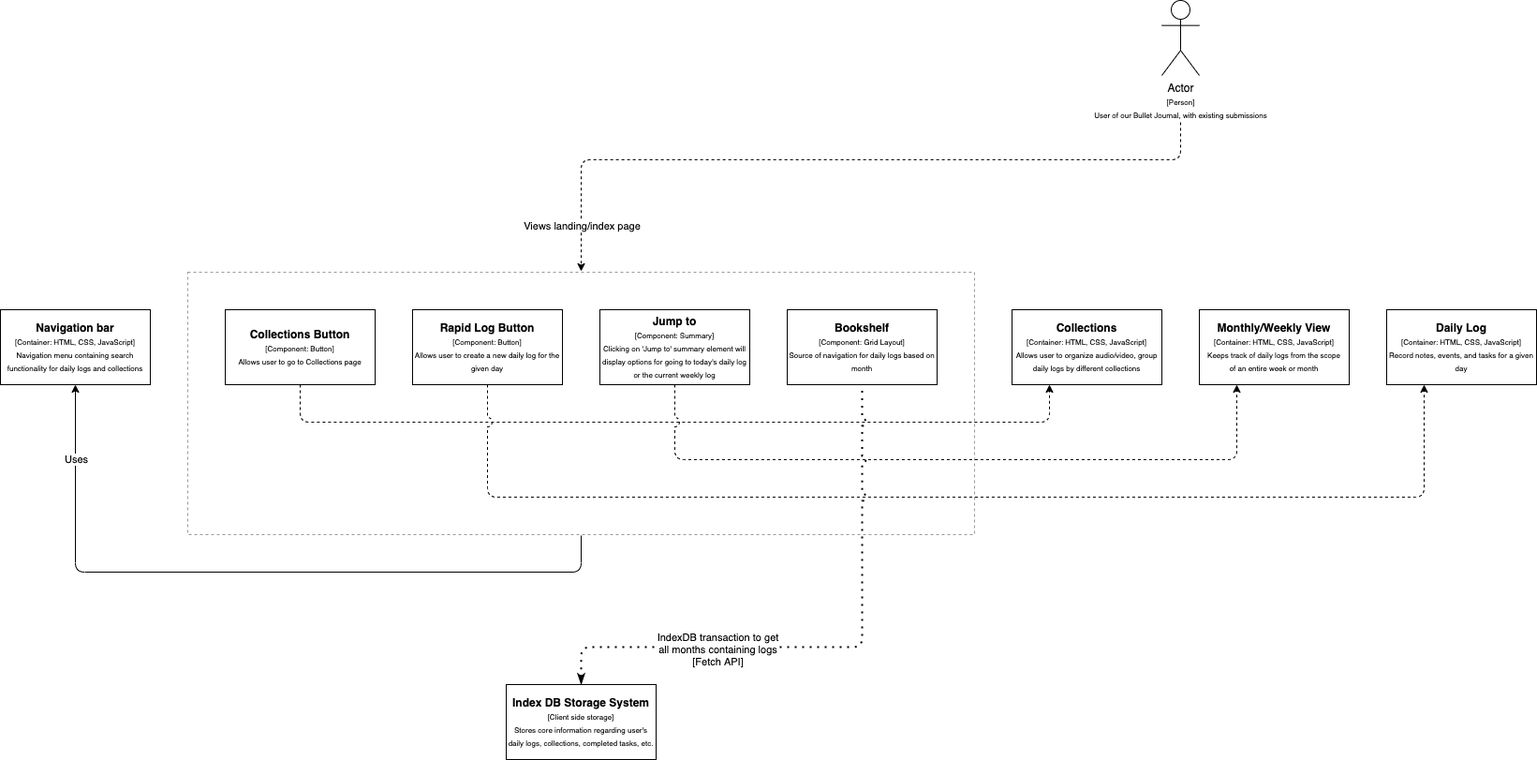
Above: specs/architecture/c4_component_diagram_index.drawio.png in will-chung/cse110-w21-group7 (draw.io), before the change. Source tidied: cells renumbered, new cells last; positions are measured from the earlier drawing's top-left corner, leaving out a move shared by most shapes. Source of this version:
```xml
<mxGraphModel>
  <root>
    <mxCell id="0" />
    <mxCell id="1" parent="0" />
    <mxCell id="2" value="Actor&lt;br&gt;&lt;font style=&quot;font-size: 8px&quot;&gt;[Person]&lt;br&gt;&lt;/font&gt;&lt;font style=&quot;font-size: 8px&quot;&gt;User of our Bullet Journal, with existing submissions&lt;/font&gt;" style="shape=umlActor;verticalLabelPosition=bottom;verticalAlign=top;html=1;" parent="1" vertex="1">
      <mxGeometry x="1240" width="40" height="80" as="geometry" />
    </mxCell>
    <mxCell id="3" style="endArrow=classic;html=1;entryX=0.5;entryY=0;entryDx=0;entryDy=0;dashed=1;" parent="1" edge="1" target="5">
      <mxGeometry relative="1" as="geometry">
        <mxPoint x="1260" y="130" as="sourcePoint" />
        <Array as="points">
          <mxPoint x="1260" y="170" />
          <mxPoint x="620" y="170" />
        </Array>
      </mxGeometry>
    </mxCell>
    <mxCell id="4" value="Views landing/index page" style="edgeLabel;html=1;align=center;verticalAlign=middle;" parent="3" vertex="1">
      <mxGeometry x="-0.1" relative="1" as="geometry">
        <mxPoint x="-320" y="70" as="offset" />
      </mxGeometry>
    </mxCell>
    <mxCell id="5" style="rounded=0;whiteSpace=wrap;html=1;dashed=1;opacity=40;strokeWidth=1;perimeterSpacing=1;shadow=0;glass=0;sketch=0;align=left;" parent="1" vertex="1">
      <mxGeometry x="200" y="290" width="840" height="280" as="geometry" />
    </mxCell>
    <mxCell id="6" value="&lt;b&gt;Bookshelf&lt;/b&gt;&lt;br&gt;&lt;font style=&quot;font-size: 8px&quot;&gt;[Component: Grid Layout]&lt;br&gt;Source of navigation for daily logs based on month&lt;br&gt;&lt;/font&gt;" style="rounded=0;whiteSpace=wrap;html=1;" parent="1" vertex="1">
      <mxGeometry x="840" y="330" width="160" height="80" as="geometry" />
    </mxCell>
    <mxCell id="7" value="&lt;b&gt;Monthly/Weekly View&lt;/b&gt;&lt;br&gt;&lt;font style=&quot;font-size: 8px&quot;&gt;[Container: HTML, CSS, JavaScript]&lt;br&gt;Keeps track of daily logs from the scope&lt;br&gt;of an entire week or month&lt;br&gt;&lt;/font&gt;" style="rounded=0;whiteSpace=wrap;html=1;" parent="1" vertex="1">
      <mxGeometry x="1280" y="330" width="160" height="80" as="geometry" />
    </mxCell>
    <mxCell id="8" value="&lt;b&gt;Daily Log&lt;/b&gt;&lt;br&gt;&lt;font style=&quot;font-size: 8px&quot;&gt;[Container: HTML, CSS, JavaScript]&lt;br&gt;Record notes, events, and tasks for a given day&lt;br&gt;&lt;/font&gt;" style="rounded=0;whiteSpace=wrap;html=1;" parent="1" vertex="1">
      <mxGeometry x="1480" y="330" width="160" height="80" as="geometry" />
    </mxCell>
    <mxCell id="9" value="&lt;b&gt;Collections&lt;/b&gt;&lt;br&gt;&lt;font style=&quot;font-size: 8px&quot;&gt;[Container: HTML, CSS, JavaScript]&lt;br&gt;Allows user to organize audio/video, group daily logs by different collections&lt;br&gt;&lt;/font&gt;" style="rounded=0;whiteSpace=wrap;html=1;" parent="1" vertex="1">
      <mxGeometry x="1080" y="330" width="160" height="80" as="geometry" />
    </mxCell>
    <mxCell id="10" value="&lt;b&gt;Navigation bar&lt;/b&gt;&lt;br&gt;&lt;font style=&quot;font-size: 8px&quot;&gt;[Container: HTML, CSS, JavaScript]&lt;br&gt;Navigation menu containing search functionality for daily logs and collections&lt;br&gt;&lt;/font&gt;" style="rounded=0;whiteSpace=wrap;html=1;" parent="1" vertex="1">
      <mxGeometry y="330" width="160" height="80" as="geometry" />
    </mxCell>
    <mxCell id="11" style="endArrow=classic;html=1;entryX=0.5;entryY=1;entryDx=0;entryDy=0;exitX=0.5;exitY=1;exitDx=0;exitDy=0;" parent="1" edge="1" source="5" target="10">
      <mxGeometry relative="1" as="geometry">
        <Array as="points">
          <mxPoint x="620" y="610" />
          <mxPoint x="80" y="610" />
        </Array>
      </mxGeometry>
    </mxCell>
    <mxCell id="12" value="Uses" style="edgeLabel;html=1;align=center;verticalAlign=middle;" parent="11" vertex="1">
      <mxGeometry x="0.8" y="-3" relative="1" as="geometry">
        <mxPoint x="-3" as="offset" />
      </mxGeometry>
    </mxCell>
    <mxCell id="13" style="endArrow=classic;html=1;entryX=0.25;entryY=1;entryDx=0;entryDy=0;exitX=0.5;exitY=1;exitDx=0;exitDy=0;dashed=1;" parent="1" edge="1" source="18" target="9">
      <mxGeometry relative="1" as="geometry">
        <Array as="points">
          <mxPoint x="320" y="450" />
          <mxPoint x="1120" y="450" />
        </Array>
      </mxGeometry>
    </mxCell>
    <mxCell id="14" style="endArrow=classic;html=1;entryX=0.25;entryY=1;entryDx=0;entryDy=0;jumpStyle=arc;jumpSize=10;exitX=0.5;exitY=1;exitDx=0;exitDy=0;dashed=1;" parent="1" edge="1" source="16">
      <mxGeometry relative="1" as="geometry">
        <mxPoint x="1320" y="410" as="targetPoint" />
        <Array as="points">
          <mxPoint x="720" y="490" />
          <mxPoint x="1320" y="490" />
          <mxPoint x="1320" y="450" />
        </Array>
      </mxGeometry>
    </mxCell>
    <mxCell id="15" style="endArrow=classic;html=1;entryX=0.25;entryY=1;entryDx=0;entryDy=0;jumpStyle=arc;jumpSize=10;exitX=0.5;exitY=1;exitDx=0;exitDy=0;dashed=1;" parent="1" edge="1" source="17">
      <mxGeometry relative="1" as="geometry">
        <mxPoint x="1520" y="410" as="targetPoint" />
        <Array as="points">
          <mxPoint x="520" y="530" />
          <mxPoint x="1520" y="530" />
        </Array>
      </mxGeometry>
    </mxCell>
    <mxCell id="16" value="&lt;b&gt;Jump to&lt;/b&gt;&lt;br&gt;&lt;font style=&quot;font-size: 8px&quot;&gt;[Component: Summary]&lt;br&gt;Clicking on 'Jump to' summary element will display options for going to today's daily log or the current weekly log&lt;br&gt;&lt;/font&gt;" style="rounded=0;whiteSpace=wrap;html=1;" parent="1" vertex="1">
      <mxGeometry x="640" y="330" width="160" height="80" as="geometry" />
    </mxCell>
    <mxCell id="17" value="&lt;b&gt;Rapid Log Button&lt;/b&gt;&lt;br&gt;&lt;font style=&quot;font-size: 8px&quot;&gt;[Component: Button]&lt;br&gt;Allows user to create a new daily log for the given day&lt;br&gt;&lt;/font&gt;" style="rounded=0;whiteSpace=wrap;html=1;" parent="1" vertex="1">
      <mxGeometry x="440" y="330" width="160" height="80" as="geometry" />
    </mxCell>
    <mxCell id="18" value="&lt;b&gt;Collections Button&lt;/b&gt;&lt;br&gt;&lt;font style=&quot;font-size: 8px&quot;&gt;[Component: Button]&lt;br&gt;Allows user to go to Collections page&lt;br&gt;&lt;/font&gt;" style="rounded=0;whiteSpace=wrap;html=1;" parent="1" vertex="1">
      <mxGeometry x="240" y="330" width="160" height="80" as="geometry" />
    </mxCell>
    <mxCell id="19" value="&lt;b&gt;Index DB Storage System&lt;/b&gt;&lt;br&gt;&lt;font style=&quot;font-size: 8px&quot;&gt;[Client side storage]&lt;br&gt;Stores core information regarding user's daily logs, collections, completed tasks, etc.&lt;br&gt;&lt;/font&gt;" style="rounded=0;whiteSpace=wrap;html=1;" parent="1" vertex="1">
      <mxGeometry x="540" y="730" width="160" height="80" as="geometry" />
    </mxCell>
    <mxCell id="20" style="endArrow=none;dashed=1;html=1;dashPattern=1 3;strokeWidth=2;entryX=0.5;entryY=1;entryDx=0;entryDy=0;exitX=0.5;exitY=0;exitDx=0;exitDy=0;startArrow=classicThin;startFill=1;jumpStyle=arc;" parent="1" edge="1" source="19" target="6">
      <mxGeometry relative="1" as="geometry">
        <Array as="points">
          <mxPoint x="620" y="690" />
          <mxPoint x="920" y="690" />
        </Array>
      </mxGeometry>
    </mxCell>
    <mxCell id="21" value="IndexDB transaction to get&lt;br&gt;all months containing logs&lt;br&gt;[Fetch API]" style="edgeLabel;html=1;align=center;verticalAlign=middle;" parent="20" vertex="1">
      <mxGeometry x="-0.4" y="-2" relative="1" as="geometry" />
    </mxCell>
  </root>
</mxGraphModel>
```
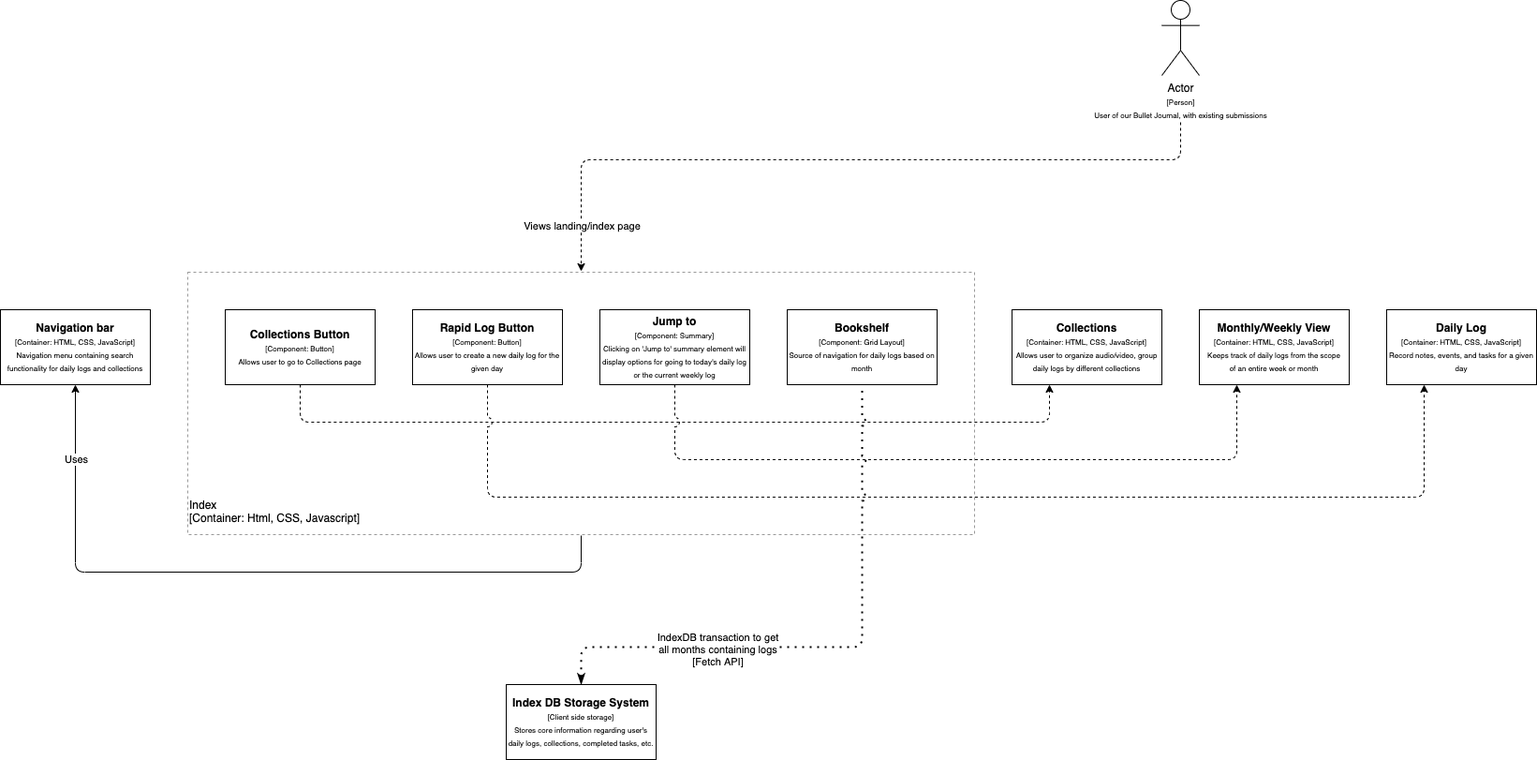
Later version of the same file.

Commit message:
Formatting for component and system diagrams

What changed in the source:
```diff
@@ -100,5 +100,8 @@
     <mxCell id="21" value="IndexDB transaction to get&lt;br&gt;all months containing logs&lt;br&gt;[Fetch API]" style="edgeLabel;html=1;align=center;verticalAlign=middle;" parent="20" vertex="1">
       <mxGeometry x="-0.4" y="-2" relative="1" as="geometry" />
     </mxCell>
+    <mxCell id="22" value="Index&lt;br&gt;[Container: Html, CSS, Javascript]" style="text;html=1;strokeColor=none;fillColor=none;align=left;verticalAlign=middle;whiteSpace=wrap;rounded=0;" parent="1" vertex="1">
+      <mxGeometry x="200" y="520" width="190" height="50" as="geometry" />
+    </mxCell>
   </root>
 </mxGraphModel>
```
